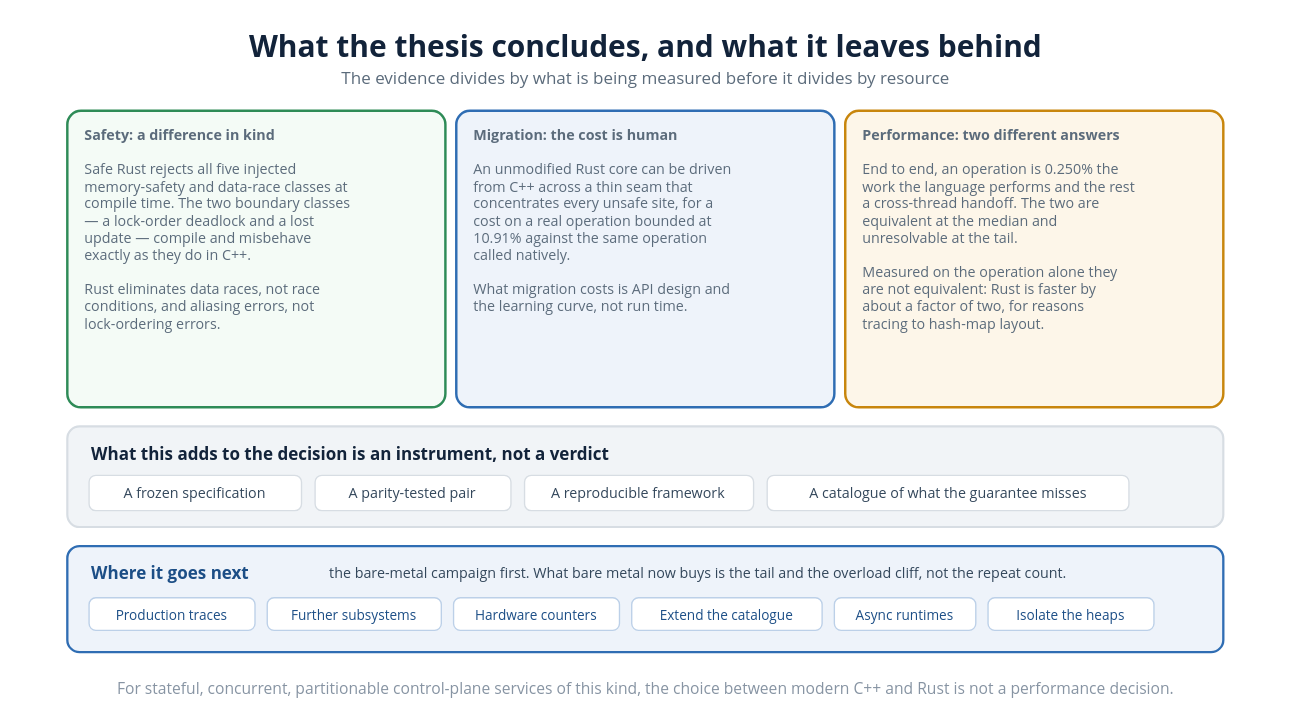
This is diagrams/26_contributions.drawio from VienThanh12/Master-Thesis, a draw.io file, before an edit. Source tidied: cells renumbered, new cells numbered last; positions are measured from the earlier drawing's top-left corner, leaving out a move shared by most shapes. Both pictures are drawn from the tidied source at 136%, with x=0, y=0 at pixel (22, 22).
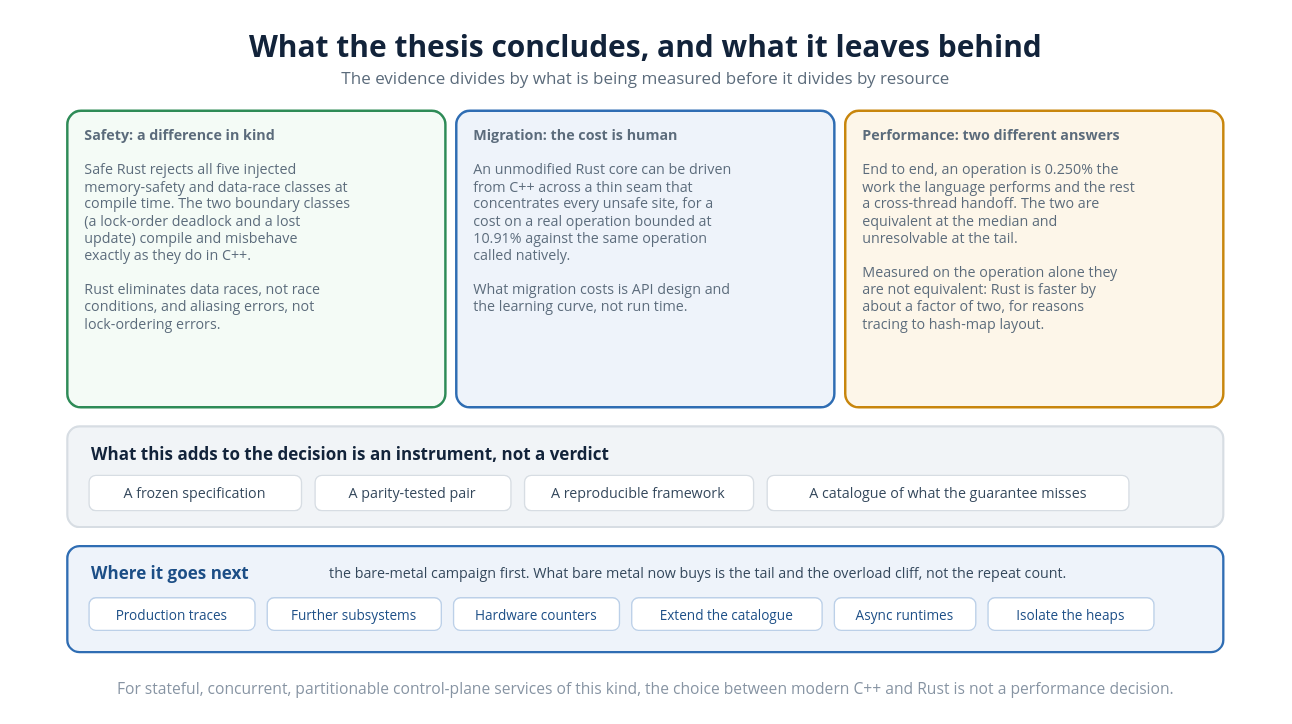
Above is the later version.

The edit, as a diff of the source:
```diff
@@
-    <mxCell id="4" value="&lt;b&gt;Safety: a difference in kind&lt;/b&gt;&lt;br&gt;&lt;br&gt;Safe Rust rejects all five injected&lt;br&gt;memory-safety and data-race classes at&lt;br&gt;compile time. The two boundary classes&lt;br&gt;— a lock-order deadlock and a lost&lt;br&gt;update — compile and misbehave&lt;br&gt;exactly as they do in C++.&lt;br&gt;&lt;br&gt;Rust eliminates data races, not race&lt;br&gt;conditions, and aliasing errors, not&lt;br&gt;lock-ordering errors." style="rounded=1;whiteSpace=wrap;html=1;absoluteArcSize=1;arcSize=20;fillColor=#f4fbf6;strokeColor=#2e8b57;strokeWidth=1.8;align=left;verticalAlign=top;spacingLeft=11;spacingTop=5;spacingRight=6;fontSize=10.5;fontColor=#5b6b7b;fontFamily=Segoe UI;" parent="1" vertex="1">
+    <mxCell id="4" value="&lt;b&gt;Safety: a difference in kind&lt;/b&gt;&lt;br&gt;&lt;br&gt;Safe Rust rejects all five injected&lt;br&gt;memory-safety and data-race classes at&lt;br&gt;compile time. The two boundary classes&lt;br&gt;(a lock-order deadlock and a lost&lt;br&gt;update) compile and misbehave&lt;br&gt;exactly as they do in C++.&lt;br&gt;&lt;br&gt;Rust eliminates data races, not race&lt;br&gt;conditions, and aliasing errors, not&lt;br&gt;lock-ordering errors." style="rounded=1;whiteSpace=wrap;html=1;absoluteArcSize=1;arcSize=20;fillColor=#f4fbf6;strokeColor=#2e8b57;strokeWidth=1.8;align=left;verticalAlign=top;spacingLeft=11;spacingTop=5;spacingRight=6;fontSize=10.5;fontColor=#5b6b7b;fontFamily=Segoe UI;" parent="1" vertex="1">
       <mxGeometry x="33" y="65" width="278" height="218" as="geometry" />
     </mxCell>
```
